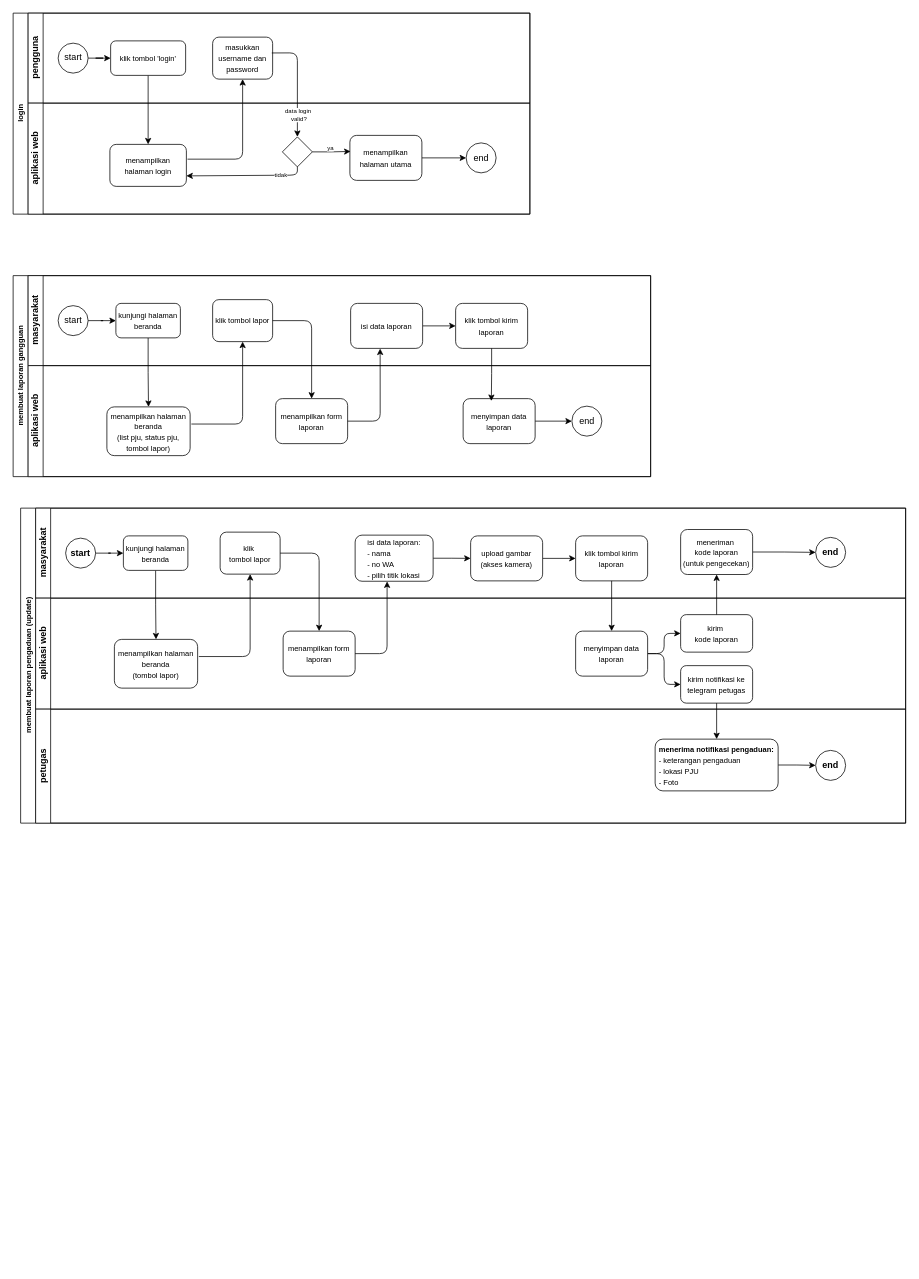
Before: page "BPMN" (2 of 2) of smart-pju.drawio in eenattayani/desain, a draw.io diagram. Source tidied: cells renumbered, new cells numbered last; positions are measured from the earlier drawing's top-left corner, leaving out a move shared by most shapes. Both pictures are drawn from the tidied source at 75%, with x=0, y=0 at pixel (13, 13).
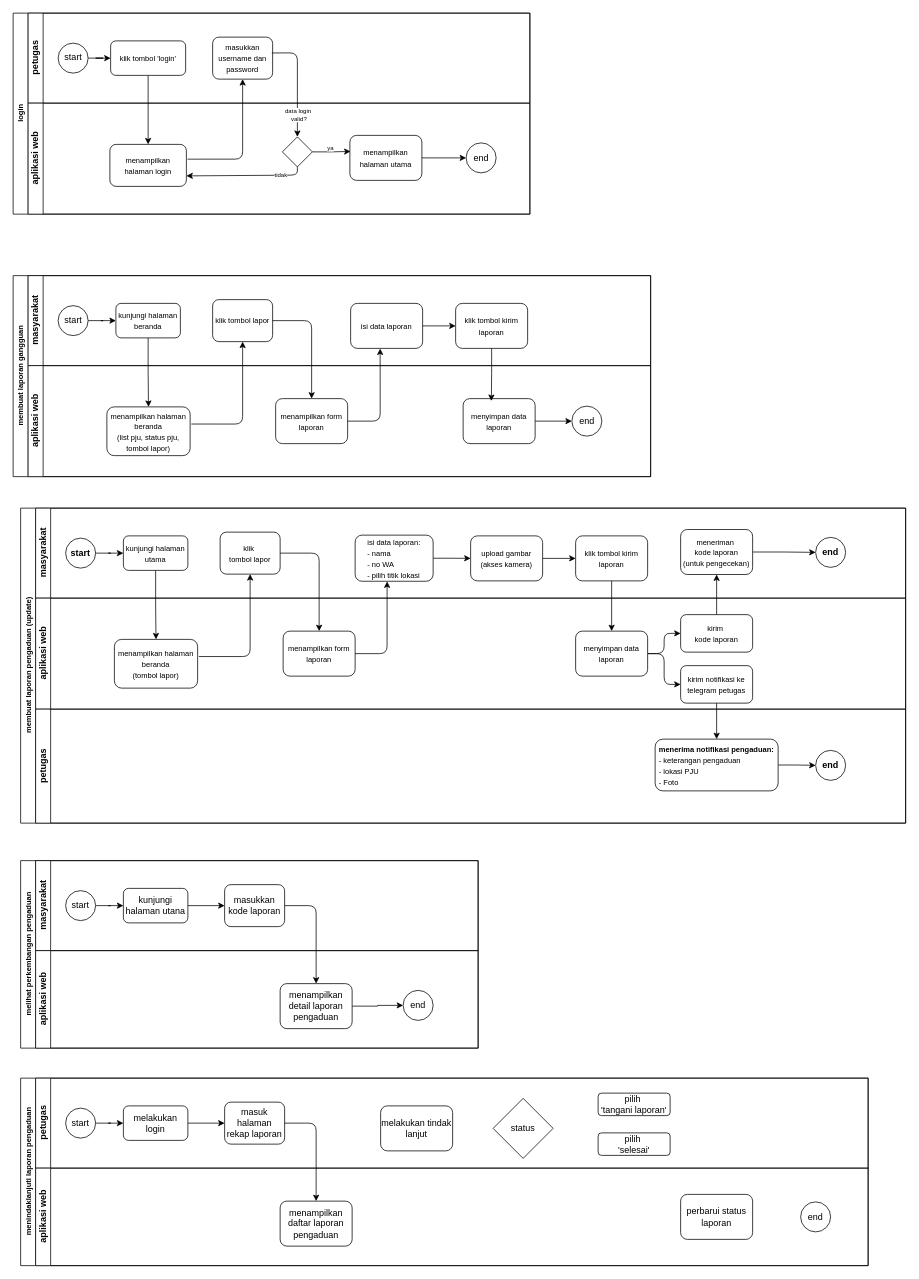
The same diagram, later.

The change refers to these unchanged cells:
```xml
<mxCell id="2" value="login" style="swimlane;html=1;horizontal=0;startSize=20;fontSize=10;" parent="1" vertex="1">
  <mxGeometry width="689" height="268" as="geometry" />
</mxCell>
<mxCell id="48" value="masyarakat" style="swimlane;html=1;startSize=20;horizontal=0;" parent="46" vertex="1">
  <mxGeometry x="20" width="1160" height="120" as="geometry" />
</mxCell>
```

Diff of the diagram source:
```diff
@@
-    <mxCell id="4" value="pengguna" style="swimlane;html=1;startSize=20;horizontal=0;" parent="2" vertex="1">
+    <mxCell id="4" value="petugas" style="swimlane;html=1;startSize=20;horizontal=0;" parent="2" vertex="1">
       <mxGeometry x="20" width="669" height="120" as="geometry" />
     </mxCell>
@@
-    <mxCell id="51" value="&lt;font style=&quot;font-size: 10px;&quot;&gt;kunjungi halaman beranda&lt;/font&gt;" style="rounded=1;whiteSpace=wrap;html=1;fontFamily=Helvetica;fontSize=12;fontColor=#000000;align=center;" parent="48" vertex="1">
+    <mxCell id="51" value="&lt;font style=&quot;font-size: 10px;&quot;&gt;kunjungi halaman utama&lt;/font&gt;" style="rounded=1;whiteSpace=wrap;html=1;fontFamily=Helvetica;fontSize=12;fontColor=#000000;align=center;" parent="48" vertex="1">
       <mxGeometry x="117" y="37" width="86" height="46" as="geometry" />
     </mxCell>
@@
+    <mxCell id="79" value="melihat perkembangan pengaduan" style="swimlane;html=1;horizontal=0;startSize=20;fontSize=10;" parent="1" vertex="1">
+      <mxGeometry x="10" y="1130" width="610" height="250" as="geometry" />
+    </mxCell>
+    <mxCell id="80" value="masyarakat" style="swimlane;html=1;startSize=20;horizontal=0;" parent="79" vertex="1">
+      <mxGeometry x="20" width="590" height="120" as="geometry" />
+    </mxCell>
+    <mxCell id="81" style="edgeStyle=orthogonalEdgeStyle;rounded=0;jettySize=auto;html=1;" parent="80" edge="1" source="82" target="84">
+      <mxGeometry relative="1" as="geometry" />
+    </mxCell>
+    <mxCell id="82" value="start" style="ellipse;whiteSpace=wrap;html=1;" parent="80" vertex="1">
+      <mxGeometry x="40" y="40" width="40" height="40" as="geometry" />
+    </mxCell>
+    <mxCell id="83" style="edgeStyle=orthogonalEdgeStyle;rounded=0;jettySize=auto;html=1;entryX=0;entryY=0.5;entryDx=0;entryDy=0;" parent="80" edge="1" source="84" target="85">
+      <mxGeometry relative="1" as="geometry" />
+    </mxCell>
+    <mxCell id="84" value="kunjungi halaman utana" style="rounded=1;whiteSpace=wrap;html=1;fontFamily=Helvetica;fontSize=12;fontColor=#000000;align=center;" parent="80" vertex="1">
+      <mxGeometry x="117" y="37" width="86" height="46" as="geometry" />
+    </mxCell>
+    <mxCell id="85" value="masukkan kode laporan" style="rounded=1;whiteSpace=wrap;html=1;fontFamily=Helvetica;fontSize=12;fontColor=#000000;align=center;" parent="80" vertex="1">
+      <mxGeometry x="252" y="32" width="80" height="56" as="geometry" />
+    </mxCell>
+    <mxCell id="86" style="edgeStyle=orthogonalEdgeStyle;rounded=0;orthogonalLoop=1;jettySize=auto;html=1;entryX=0;entryY=0.5;entryDx=0;entryDy=0;" parent="80" edge="1">
+      <mxGeometry relative="1" as="geometry">
+        <mxPoint x="526" y="67" as="sourcePoint" />
+      </mxGeometry>
+    </mxCell>
+    <mxCell id="87" value="aplikasi web" style="swimlane;html=1;startSize=20;horizontal=0;" parent="79" vertex="1">
+      <mxGeometry x="20" y="120" width="590" height="130" as="geometry" />
+    </mxCell>
+    <mxCell id="88" value="end" style="ellipse;whiteSpace=wrap;html=1;shadow=0;" parent="87" vertex="1">
+      <mxGeometry x="490" y="53" width="40" height="40" as="geometry" />
+    </mxCell>
+    <mxCell id="89" style="edgeStyle=orthogonalEdgeStyle;rounded=0;jettySize=auto;html=1;exitX=1;exitY=0.5;exitDx=0;exitDy=0;" parent="87" edge="1" source="90" target="88">
+      <mxGeometry relative="1" as="geometry" />
+    </mxCell>
+    <mxCell id="90" value="menampilkan detail laporan pengaduan" style="rounded=1;whiteSpace=wrap;html=1;fontFamily=Helvetica;fontSize=12;fontColor=#000000;align=center;" parent="87" vertex="1">
+      <mxGeometry x="326" y="44" width="96" height="60" as="geometry" />
+    </mxCell>
+    <mxCell id="91" style="edgeStyle=orthogonalEdgeStyle;rounded=1;jettySize=auto;html=1;exitX=1;exitY=0.5;exitDx=0;exitDy=0;entryX=0.5;entryY=0;entryDx=0;entryDy=0;curved=0;" parent="79" edge="1" source="85" target="90">
+      <mxGeometry relative="1" as="geometry" />
+    </mxCell>
+    <mxCell id="92" style="edgeStyle=orthogonalEdgeStyle;rounded=0;orthogonalLoop=1;jettySize=auto;html=1;entryX=0.392;entryY=0.052;entryDx=0;entryDy=0;entryPerimeter=0;" parent="79" edge="1">
+      <mxGeometry relative="1" as="geometry">
+        <mxPoint x="638" y="97" as="sourcePoint" />
+      </mxGeometry>
+    </mxCell>
+    <mxCell id="93" value="menindaklanjuti laporan pengaduan" style="swimlane;html=1;horizontal=0;startSize=20;fontSize=10;" parent="1" vertex="1">
+      <mxGeometry x="10" y="1420" width="1130" height="250" as="geometry" />
+    </mxCell>
+    <mxCell id="94" value="petugas" style="swimlane;html=1;startSize=20;horizontal=0;" parent="93" vertex="1">
+      <mxGeometry x="20" width="1110" height="120" as="geometry" />
+    </mxCell>
+    <mxCell id="95" style="edgeStyle=orthogonalEdgeStyle;rounded=0;jettySize=auto;html=1;" parent="94" edge="1" source="96" target="98">
+      <mxGeometry relative="1" as="geometry" />
+    </mxCell>
+    <mxCell id="96" value="start" style="ellipse;whiteSpace=wrap;html=1;" parent="94" vertex="1">
+      <mxGeometry x="40" y="40" width="40" height="40" as="geometry" />
+    </mxCell>
+    <mxCell id="97" style="edgeStyle=orthogonalEdgeStyle;rounded=0;jettySize=auto;html=1;entryX=0;entryY=0.5;entryDx=0;entryDy=0;" parent="94" edge="1" source="98" target="99">
+      <mxGeometry relative="1" as="geometry" />
+    </mxCell>
+    <mxCell id="98" value="melakukan login" style="rounded=1;whiteSpace=wrap;html=1;fontFamily=Helvetica;fontSize=12;fontColor=#000000;align=center;" parent="94" vertex="1">
+      <mxGeometry x="117" y="37" width="86" height="46" as="geometry" />
+    </mxCell>
+    <mxCell id="99" value="masuk halaman rekap laporan" style="rounded=1;whiteSpace=wrap;html=1;fontFamily=Helvetica;fontSize=12;fontColor=#000000;align=center;" parent="94" vertex="1">
+      <mxGeometry x="252" y="32" width="80" height="56" as="geometry" />
+    </mxCell>
+    <mxCell id="100" style="edgeStyle=orthogonalEdgeStyle;rounded=0;orthogonalLoop=1;jettySize=auto;html=1;entryX=0;entryY=0.5;entryDx=0;entryDy=0;" parent="94" edge="1">
+      <mxGeometry relative="1" as="geometry">
+        <mxPoint x="526" y="67" as="sourcePoint" />
+      </mxGeometry>
+    </mxCell>
+    <mxCell id="101" value="melakukan tindak lanjut" style="rounded=1;whiteSpace=wrap;html=1;fontFamily=Helvetica;fontSize=12;fontColor=#000000;align=center;" parent="94" vertex="1">
+      <mxGeometry x="460" y="37" width="96" height="60" as="geometry" />
+    </mxCell>
+    <mxCell id="102" value="status" style="rhombus;whiteSpace=wrap;html=1;" parent="94" vertex="1">
+      <mxGeometry x="610" y="27" width="80" height="80" as="geometry" />
+    </mxCell>
+    <mxCell id="103" value="pilih&amp;nbsp;&lt;div&gt;'tangani laporan'&lt;/div&gt;" style="rounded=1;whiteSpace=wrap;html=1;fontFamily=Helvetica;fontSize=12;fontColor=#000000;align=center;" parent="94" vertex="1">
+      <mxGeometry x="750" y="20" width="96" height="30" as="geometry" />
+    </mxCell>
+    <mxCell id="104" value="pilih&amp;nbsp;&lt;div&gt;'selesai'&lt;/div&gt;" style="rounded=1;whiteSpace=wrap;html=1;fontFamily=Helvetica;fontSize=12;fontColor=#000000;align=center;" parent="94" vertex="1">
+      <mxGeometry x="750" y="73" width="96" height="30" as="geometry" />
+    </mxCell>
+    <mxCell id="105" value="aplikasi web" style="swimlane;html=1;startSize=20;horizontal=0;" parent="93" vertex="1">
+      <mxGeometry x="20" y="120" width="1110" height="130" as="geometry" />
+    </mxCell>
+    <mxCell id="106" value="end" style="ellipse;whiteSpace=wrap;html=1;shadow=0;" parent="105" vertex="1">
+      <mxGeometry x="1020" y="45" width="40" height="40" as="geometry" />
+    </mxCell>
+    <mxCell id="107" value="menampilkan daftar laporan pengaduan" style="rounded=1;whiteSpace=wrap;html=1;fontFamily=Helvetica;fontSize=12;fontColor=#000000;align=center;" parent="105" vertex="1">
+      <mxGeometry x="326" y="44" width="96" height="60" as="geometry" />
+    </mxCell>
+    <mxCell id="108" value="perbarui status laporan" style="rounded=1;whiteSpace=wrap;html=1;fontFamily=Helvetica;fontSize=12;fontColor=#000000;align=center;" parent="105" vertex="1">
+      <mxGeometry x="860" y="35" width="96" height="60" as="geometry" />
+    </mxCell>
+    <mxCell id="109" style="edgeStyle=orthogonalEdgeStyle;rounded=1;jettySize=auto;html=1;exitX=1;exitY=0.5;exitDx=0;exitDy=0;entryX=0.5;entryY=0;entryDx=0;entryDy=0;curved=0;" parent="93" edge="1" source="99" target="107">
+      <mxGeometry relative="1" as="geometry" />
+    </mxCell>
+    <mxCell id="110" style="edgeStyle=orthogonalEdgeStyle;rounded=0;orthogonalLoop=1;jettySize=auto;html=1;entryX=0.392;entryY=0.052;entryDx=0;entryDy=0;entryPerimeter=0;" parent="93" edge="1">
+      <mxGeometry relative="1" as="geometry">
+        <mxPoint x="638" y="97" as="sourcePoint" />
+      </mxGeometry>
+    </mxCell>
```
